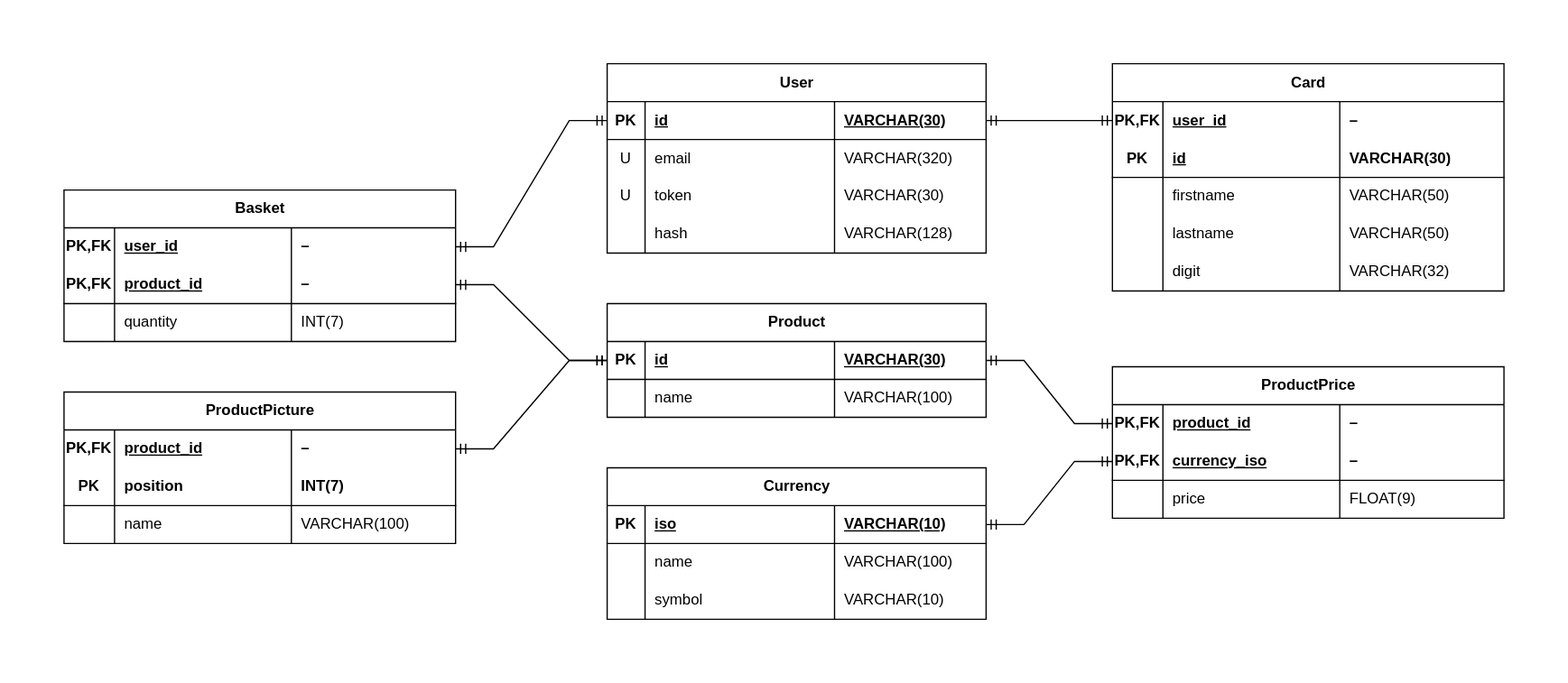
This is docs/resources/erd-database.drawio.svg from israel-meiresonne/e-shop-1-backend, a draw.io export, as it was before one commit. Source tidied: cells renumbered, new cells last; positions are measured from the earlier drawing's top-left corner, leaving out a move shared by most shapes.
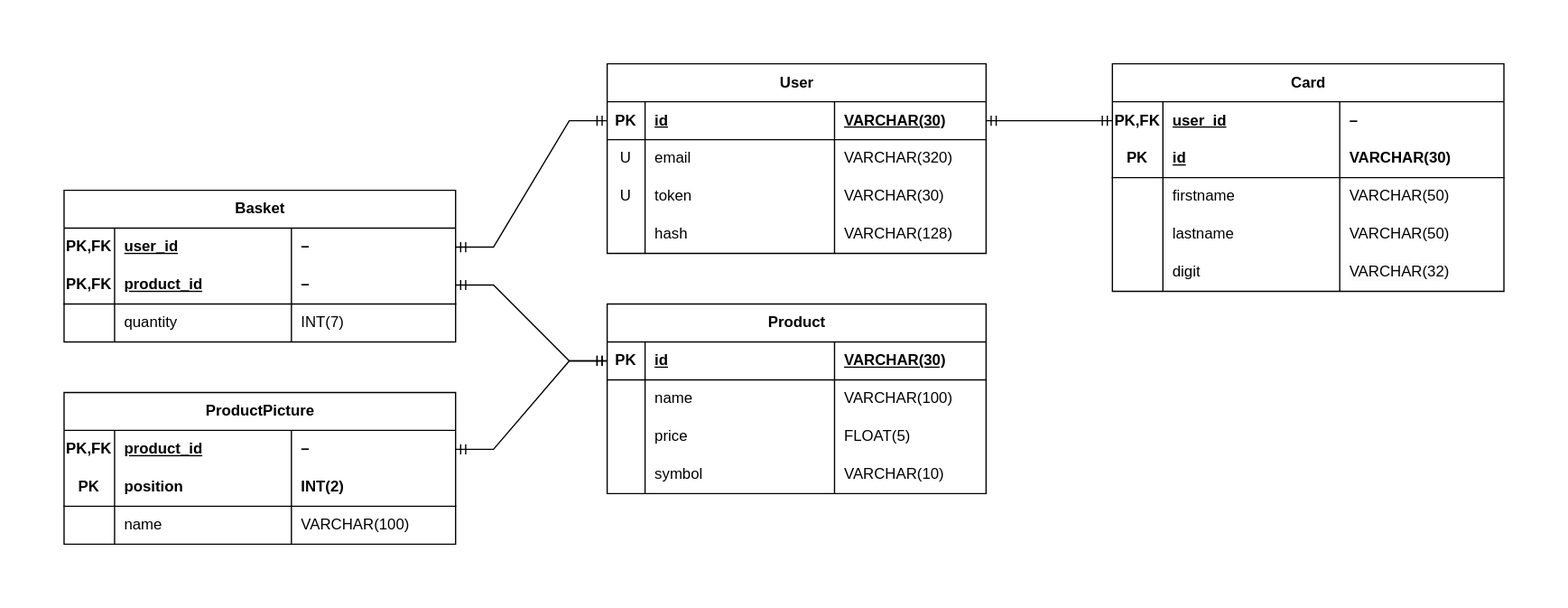
The same diagram one commit later.

Commit message:
doc: remove tables `ProductPrice` and `Currency`

Diff of the diagram source:
```diff
@@ -54,7 +54,7 @@
       <mxGeometry x="180" width="120" height="30" as="geometry" />
     </mxCell>
     <mxCell id="19" value="Product" style="shape=table;startSize=30;rowLines=0;fontStyle=1;align=center;html=1;" parent="1" vertex="1">
-      <mxGeometry x="430" y="190" width="300" height="90" as="geometry" />
+      <mxGeometry x="430" y="190" width="300" height="150" as="geometry" />
     </mxCell>
     <mxCell id="20" style="shape=tableRow;horizontal=0;startSize=0;swimlaneHead=0;swimlaneBody=0;fillColor=none;points=[[0,0.5],[1,0.5]];portConstraint=eastwest;top=0;left=0;right=0;bottom=1;" parent="19" vertex="1">
       <mxGeometry y="30" width="300" height="30" as="geometry" />
@@ -80,90 +80,30 @@
     <mxCell id="27" value="VARCHAR(100)" style="shape=partialRectangle;fillColor=none;top=0;left=0;bottom=0;right=0;align=left;spacingLeft=6;overflow=hidden;whiteSpace=wrap;html=1;" parent="24" vertex="1">
       <mxGeometry x="180" width="120" height="30" as="geometry" />
     </mxCell>
-    <mxCell id="28" value="Currency" style="shape=table;startSize=30;rowLines=0;fontStyle=1;align=center;html=1;" parent="1" vertex="1">
-      <mxGeometry x="430" y="320" width="300" height="120" as="geometry" />
-    </mxCell>
-    <mxCell id="29" style="shape=tableRow;horizontal=0;startSize=0;swimlaneHead=0;swimlaneBody=0;fillColor=none;points=[[0,0.5],[1,0.5]];portConstraint=eastwest;top=0;left=0;right=0;bottom=1;" parent="28" vertex="1">
-      <mxGeometry y="30" width="300" height="30" as="geometry" />
-    </mxCell>
-    <mxCell id="30" value="PK" style="shape=partialRectangle;fillColor=none;top=0;left=0;bottom=0;right=0;fontStyle=1;overflow=hidden;whiteSpace=wrap;html=1;" parent="29" vertex="1">
-      <mxGeometry width="30" height="30" as="geometry" />
-    </mxCell>
-    <mxCell id="31" value="iso" style="shape=partialRectangle;fillColor=none;top=0;left=0;bottom=0;right=0;align=left;spacingLeft=6;fontStyle=5;overflow=hidden;whiteSpace=wrap;html=1;" parent="29" vertex="1">
-      <mxGeometry x="30" width="150" height="30" as="geometry" />
-    </mxCell>
-    <mxCell id="32" value="VARCHAR(10)" style="shape=partialRectangle;fillColor=none;top=0;left=0;bottom=0;right=0;align=left;spacingLeft=6;fontStyle=5;overflow=hidden;whiteSpace=wrap;html=1;" parent="29" vertex="1">
-      <mxGeometry x="180" width="120" height="30" as="geometry" />
-    </mxCell>
-    <mxCell id="33" style="shape=tableRow;horizontal=0;startSize=0;swimlaneHead=0;swimlaneBody=0;fillColor=none;top=0;left=0;right=0;bottom=0;" parent="28" vertex="1">
-      <mxGeometry y="60" width="300" height="30" as="geometry" />
-    </mxCell>
-    <mxCell id="34" style="shape=partialRectangle;fillColor=none;top=0;left=0;bottom=0;right=0;overflow=hidden;whiteSpace=wrap;html=1;" parent="33" vertex="1">
-      <mxGeometry width="30" height="30" as="geometry" />
-    </mxCell>
-    <mxCell id="35" value="name" style="shape=partialRectangle;fillColor=none;top=0;left=0;bottom=0;right=0;align=left;spacingLeft=6;overflow=hidden;whiteSpace=wrap;html=1;" parent="33" vertex="1">
-      <mxGeometry x="30" width="150" height="30" as="geometry" />
-    </mxCell>
-    <mxCell id="36" value="&lt;span style=&quot;color: rgb(0, 0, 0); font-family: Helvetica; font-size: 12px; font-style: normal; font-variant-ligatures: normal; font-variant-caps: normal; font-weight: 400; letter-spacing: normal; orphans: 2; text-align: left; text-indent: 0px; text-transform: none; widows: 2; word-spacing: 0px; -webkit-text-stroke-width: 0px; background-color: rgb(251, 251, 251); text-decoration-thickness: initial; text-decoration-style: initial; text-decoration-color: initial; float: none; display: inline !important;&quot;&gt;VARCHAR(100)&lt;/span&gt;" style="shape=partialRectangle;fillColor=none;top=0;left=0;bottom=0;right=0;align=left;spacingLeft=6;overflow=hidden;whiteSpace=wrap;html=1;" parent="33" vertex="1">
-      <mxGeometry x="180" width="120" height="30" as="geometry" />
-    </mxCell>
-    <mxCell id="37" style="shape=tableRow;horizontal=0;startSize=0;swimlaneHead=0;swimlaneBody=0;fillColor=none;top=0;left=0;right=0;bottom=0;" parent="28" vertex="1">
+    <mxCell id="37" style="shape=tableRow;horizontal=0;startSize=0;swimlaneHead=0;swimlaneBody=0;fillColor=none;top=0;left=0;right=0;bottom=0;" parent="19" vertex="1">
       <mxGeometry y="90" width="300" height="30" as="geometry" />
     </mxCell>
-    <mxCell id="38" style="shape=partialRectangle;fillColor=none;top=0;left=0;bottom=0;right=0;overflow=hidden;whiteSpace=wrap;html=1;" parent="37" vertex="1">
-      <mxGeometry width="30" height="30" as="geometry" />
-    </mxCell>
+    <mxCell id="107" style="shape=partialRectangle;fillColor=none;top=0;left=0;bottom=0;right=0;overflow=hidden;whiteSpace=wrap;html=1;" parent="37" vertex="1">
+      <mxGeometry width="30" height="30" as="geometry" />
+    </mxCell>
+    <mxCell id="52" value="price" style="shape=partialRectangle;fillColor=none;top=0;left=0;bottom=0;right=0;align=left;spacingLeft=6;overflow=hidden;whiteSpace=wrap;html=1;" parent="37" vertex="1">
+      <mxGeometry x="30" width="150" height="30" as="geometry" />
+    </mxCell>
+    <mxCell id="108" value="FLOAT(5)" style="shape=partialRectangle;fillColor=none;top=0;left=0;bottom=0;right=0;align=left;spacingLeft=6;overflow=hidden;whiteSpace=wrap;html=1;" parent="37" vertex="1">
+      <mxGeometry x="180" width="120" height="30" as="geometry" />
+    </mxCell>
+    <mxCell id="109" style="shape=tableRow;horizontal=0;startSize=0;swimlaneHead=0;swimlaneBody=0;fillColor=none;top=0;left=0;right=0;bottom=0;" parent="19" vertex="1">
+      <mxGeometry y="120" width="300" height="30" as="geometry" />
+    </mxCell>
+    <mxCell id="110" style="shape=partialRectangle;fillColor=none;top=0;left=0;bottom=0;right=0;overflow=hidden;whiteSpace=wrap;html=1;" parent="109" vertex="1">
+      <mxGeometry width="30" height="30" as="geometry" />
+    </mxCell>
-    <mxCell id="39" value="symbol" style="shape=partialRectangle;fillColor=none;top=0;left=0;bottom=0;right=0;align=left;spacingLeft=6;overflow=hidden;whiteSpace=wrap;html=1;" parent="37" vertex="1">
+    <mxCell id="39" value="symbol" style="shape=partialRectangle;fillColor=none;top=0;left=0;bottom=0;right=0;align=left;spacingLeft=6;overflow=hidden;whiteSpace=wrap;html=1;" parent="109" vertex="1">
       <mxGeometry x="30" width="150" height="30" as="geometry" />
     </mxCell>
-    <mxCell id="40" value="VARCHAR(10)" style="shape=partialRectangle;fillColor=none;top=0;left=0;bottom=0;right=0;align=left;spacingLeft=6;overflow=hidden;whiteSpace=wrap;html=1;" parent="37" vertex="1">
+    <mxCell id="40" value="VARCHAR(10)" style="shape=partialRectangle;fillColor=none;top=0;left=0;bottom=0;right=0;align=left;spacingLeft=6;overflow=hidden;whiteSpace=wrap;html=1;" parent="109" vertex="1">
       <mxGeometry x="180" width="120" height="30" as="geometry" />
     </mxCell>
-    <mxCell id="41" value="ProductPrice" style="shape=table;startSize=30;rowLines=0;fontStyle=1;align=center;html=1;" parent="1" vertex="1">
-      <mxGeometry x="830" y="240" width="310" height="120" as="geometry" />
-    </mxCell>
-    <mxCell id="42" style="shape=tableRow;horizontal=0;startSize=0;swimlaneHead=0;swimlaneBody=0;fillColor=none;points=[[0,0.5],[1,0.5]];portConstraint=eastwest;top=0;left=0;right=0;bottom=0;strokeColor=default;swimlaneLine=1;" parent="41" vertex="1">
-      <mxGeometry y="30" width="310" height="30" as="geometry" />
-    </mxCell>
-    <mxCell id="43" value="PK,FK" style="shape=partialRectangle;fillColor=none;top=0;left=0;bottom=0;right=0;fontStyle=1;overflow=hidden;whiteSpace=wrap;html=1;" parent="42" vertex="1">
-      <mxGeometry width="40" height="30" as="geometry" />
-    </mxCell>
-    <mxCell id="44" value="product_id" style="shape=partialRectangle;fillColor=none;top=0;left=0;bottom=0;right=0;align=left;spacingLeft=6;fontStyle=5;overflow=hidden;whiteSpace=wrap;html=1;" parent="42" vertex="1">
-      <mxGeometry x="40" width="140" height="30" as="geometry" />
-    </mxCell>
-    <mxCell id="45" value="–" style="shape=partialRectangle;fillColor=none;top=0;left=0;bottom=0;right=0;align=left;spacingLeft=6;fontStyle=1;overflow=hidden;whiteSpace=wrap;html=1;" parent="42" vertex="1">
-      <mxGeometry x="180" width="130" height="30" as="geometry" />
-    </mxCell>
-    <mxCell id="46" style="shape=tableRow;horizontal=0;startSize=0;swimlaneHead=0;swimlaneBody=0;fillColor=none;points=[[0,0.5],[1,0.5]];portConstraint=eastwest;top=0;left=0;right=0;bottom=1;" parent="41" vertex="1">
-      <mxGeometry y="60" width="310" height="30" as="geometry" />
-    </mxCell>
-    <mxCell id="47" value="&lt;b&gt;PK,FK&lt;/b&gt;" style="shape=partialRectangle;fillColor=none;top=0;left=0;bottom=0;right=0;overflow=hidden;whiteSpace=wrap;html=1;" parent="46" vertex="1">
-      <mxGeometry width="40" height="30" as="geometry" />
-    </mxCell>
-    <mxCell id="48" value="&lt;b&gt;currency_iso&lt;/b&gt;" style="shape=partialRectangle;fillColor=none;top=0;left=0;bottom=0;right=0;align=left;spacingLeft=6;overflow=hidden;whiteSpace=wrap;html=1;fontStyle=4;" parent="46" vertex="1">
-      <mxGeometry x="40" width="140" height="30" as="geometry" />
-    </mxCell>
-    <mxCell id="49" value="&lt;b&gt;–&lt;/b&gt;" style="shape=partialRectangle;fillColor=none;top=0;left=0;bottom=0;right=0;align=left;spacingLeft=6;overflow=hidden;whiteSpace=wrap;html=1;" parent="46" vertex="1">
-      <mxGeometry x="180" width="130" height="30" as="geometry" />
-    </mxCell>
-    <mxCell id="50" style="shape=tableRow;horizontal=0;startSize=0;swimlaneHead=0;swimlaneBody=0;fillColor=none;top=0;left=0;right=0;bottom=0;" parent="41" vertex="1">
-      <mxGeometry y="90" width="310" height="30" as="geometry" />
-    </mxCell>
-    <mxCell id="51" style="shape=partialRectangle;fillColor=none;top=0;left=0;bottom=0;right=0;overflow=hidden;whiteSpace=wrap;html=1;" parent="50" vertex="1">
-      <mxGeometry width="40" height="30" as="geometry" />
-    </mxCell>
-    <mxCell id="52" value="price" style="shape=partialRectangle;fillColor=none;top=0;left=0;bottom=0;right=0;align=left;spacingLeft=6;overflow=hidden;whiteSpace=wrap;html=1;" parent="50" vertex="1">
-      <mxGeometry x="40" width="140" height="30" as="geometry" />
-    </mxCell>
-    <mxCell id="53" value="FLOAT(9)" style="shape=partialRectangle;fillColor=none;top=0;left=0;bottom=0;right=0;align=left;spacingLeft=6;overflow=hidden;whiteSpace=wrap;html=1;" parent="50" vertex="1">
-      <mxGeometry x="180" width="130" height="30" as="geometry" />
-    </mxCell>
-    <mxCell id="54" style="edgeStyle=entityRelationEdgeStyle;fontSize=12;html=1;endArrow=ERmandOne;startArrow=ERmandOne;rounded=0;" parent="1" edge="1" source="42" target="20">
-      <mxGeometry relative="1" as="geometry" />
-    </mxCell>
-    <mxCell id="55" style="edgeStyle=entityRelationEdgeStyle;fontSize=12;html=1;endArrow=ERmandOne;startArrow=ERmandOne;rounded=0;" parent="1" edge="1" source="46" target="29">
-      <mxGeometry relative="1" as="geometry" />
-    </mxCell>
     <mxCell id="56" value="Basket" style="shape=table;startSize=30;rowLines=0;fontStyle=1;align=center;html=1;" parent="1" vertex="1">
       <mxGeometry y="100" width="310" height="120" as="geometry" />
     </mxCell>
@@ -233,7 +173,7 @@
     <mxCell id="78" value="position" style="shape=partialRectangle;fillColor=none;top=0;left=0;bottom=0;right=0;align=left;spacingLeft=6;overflow=hidden;whiteSpace=wrap;html=1;fontStyle=1;" parent="76" vertex="1">
       <mxGeometry x="40" width="140" height="30" as="geometry" />
     </mxCell>
-    <mxCell id="79" value="INT(7)" style="shape=partialRectangle;fillColor=none;top=0;left=0;bottom=0;right=0;align=left;spacingLeft=6;overflow=hidden;whiteSpace=wrap;html=1;fontStyle=1;" parent="76" vertex="1">
+    <mxCell id="79" value="INT(2)" style="shape=partialRectangle;fillColor=none;top=0;left=0;bottom=0;right=0;align=left;spacingLeft=6;overflow=hidden;whiteSpace=wrap;html=1;fontStyle=1;" parent="76" vertex="1">
       <mxGeometry x="180" width="130" height="30" as="geometry" />
     </mxCell>
     <mxCell id="80" style="shape=tableRow;horizontal=0;startSize=0;swimlaneHead=0;swimlaneBody=0;fillColor=none;top=0;left=0;right=0;bottom=0;fontStyle=0;" parent="71" vertex="1">
```
